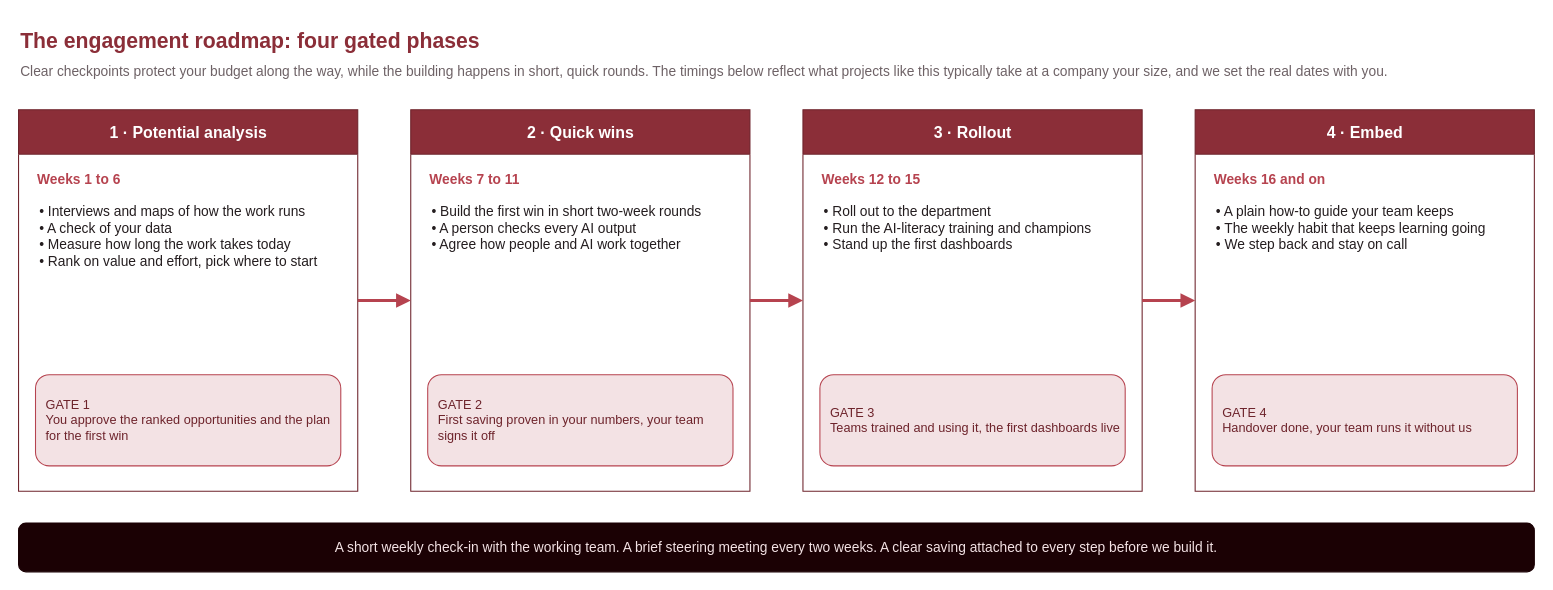
The draw.io diagram diagrams/1-roadmap.drawio in ademczuk/top-spirit-delivery, before the edit. Source tidied: cells renumbered, new cells numbered last; positions are measured from the earlier drawing's top-left corner, leaving out a move shared by most shapes. Both pictures are drawn from the tidied source at 106%, with x=0, y=0 at pixel (18, 18).
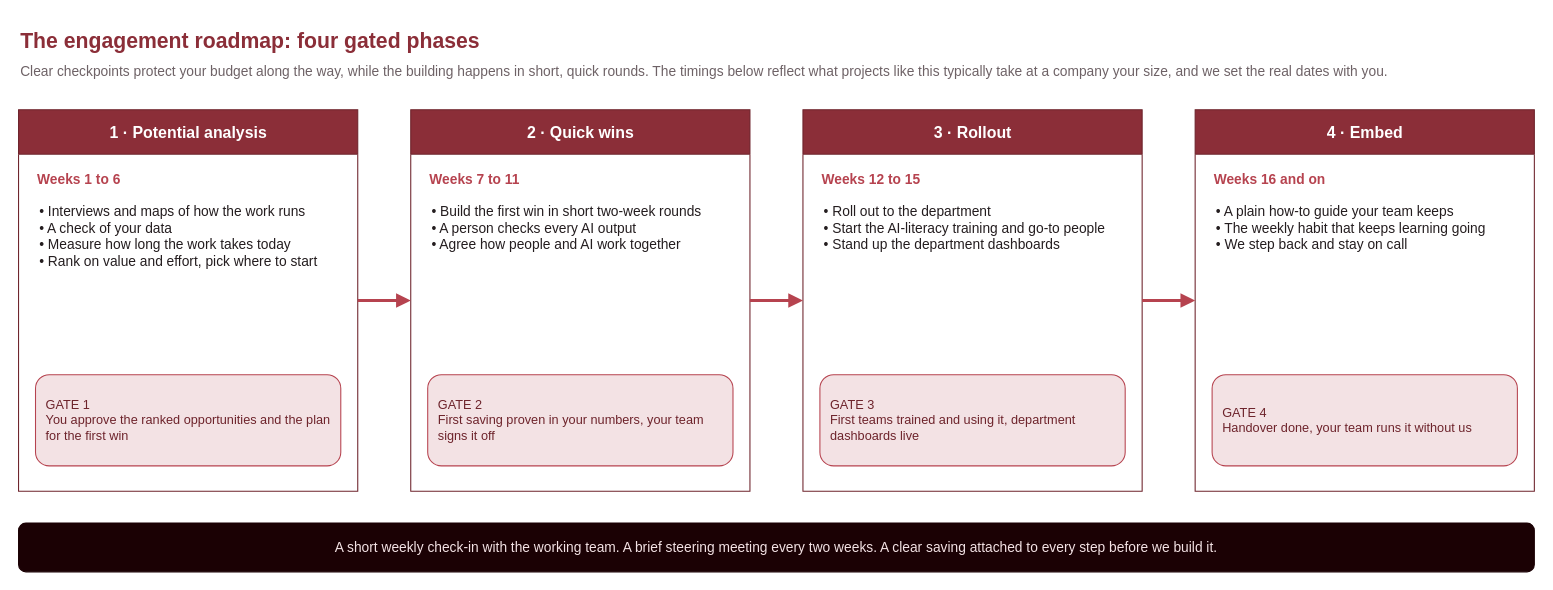
After the change.

Unchanged cells that the change refers to:
```xml
<mxCell id="12" value="3 · Rollout" style="swimlane;html=1;startSize=42;fillColor=#8b2e38;swimlaneFillColor=#ffffff;strokeColor=#6d232b;fontColor=#ffffff;fontSize=15;fontStyle=1;align=center;" parent="1" vertex="1">
  <mxGeometry x="740" y="86" width="320" height="360" as="geometry" />
</mxCell>
```

Diff of the diagram source:
```diff
@@
-    <mxCell id="14" value="• Roll out to the department&#10;• Run the AI-literacy training and champions&#10;• Stand up the first dashboards" style="text;html=1;align=left;verticalAlign=top;fontColor=#241d1f;fontSize=13;spacingLeft=2;" parent="12" vertex="1">
+    <mxCell id="14" value="• Roll out to the department&#10;• Start the AI-literacy training and go-to people&#10;• Stand up the department dashboards" style="text;html=1;align=left;verticalAlign=top;fontColor=#241d1f;fontSize=13;spacingLeft=2;" parent="12" vertex="1">
       <mxGeometry x="16" y="82" width="288" height="150" as="geometry" />
     </mxCell>
-    <mxCell id="15" value="GATE 3&#10;Teams trained and using it, the first dashboards live" style="rounded=1;html=1;whiteSpace=wrap;fillColor=#f3e2e4;strokeColor=#b6434f;fontColor=#6d232b;fontSize=12;align=left;spacingLeft=8;verticalAlign=middle;" parent="12" vertex="1">
+    <mxCell id="15" value="GATE 3&#10;First teams trained and using it, department dashboards live" style="rounded=1;html=1;whiteSpace=wrap;fillColor=#f3e2e4;strokeColor=#b6434f;fontColor=#6d232b;fontSize=12;align=left;spacingLeft=8;verticalAlign=middle;" parent="12" vertex="1">
       <mxGeometry x="16" y="250" width="288" height="86" as="geometry" />
     </mxCell>
```
